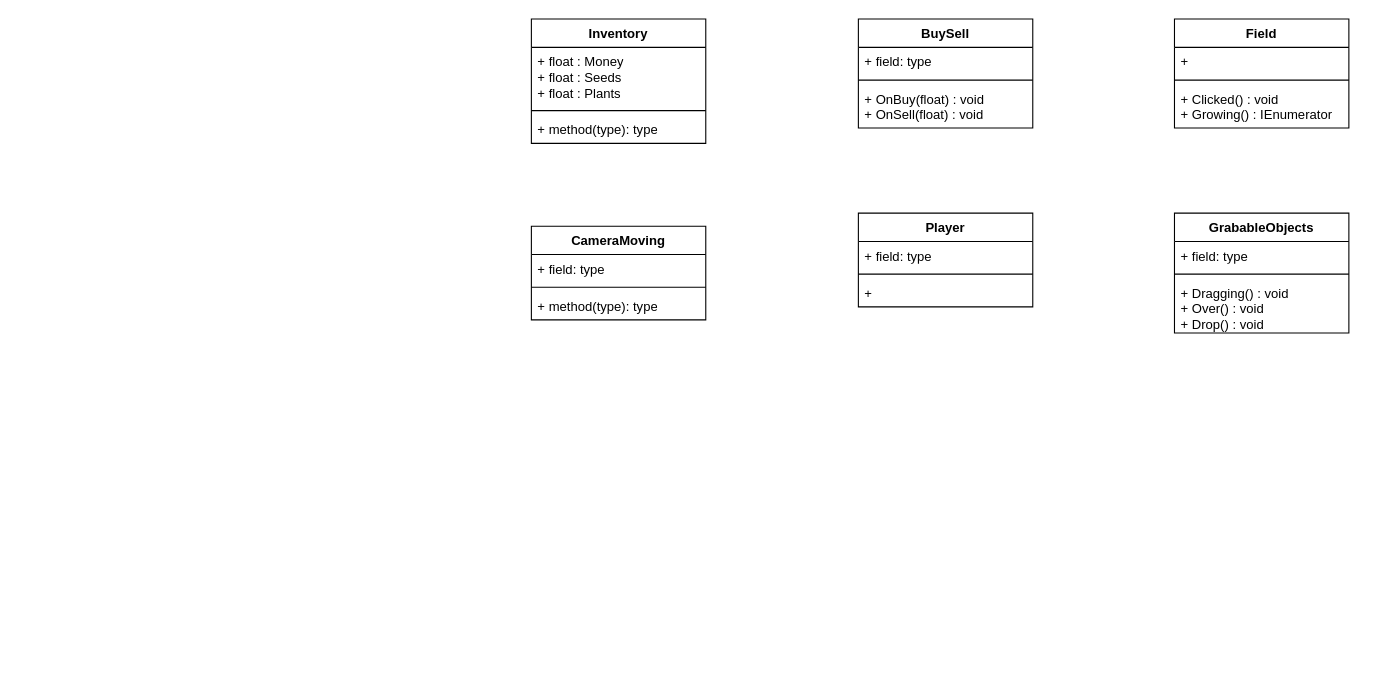
G4l3n/FamingWorkShop keeps this draw.io diagram as DriagrammeUMLWorkShopArgann.drawio. Above is the earlier version. Source tidied: cells renumbered, new cells numbered last; positions are measured from the earlier drawing's top-left corner, leaving out a move shared by most shapes. Both pictures are drawn from the tidied source at 109%, with x=0, y=0 at pixel (531, 19).
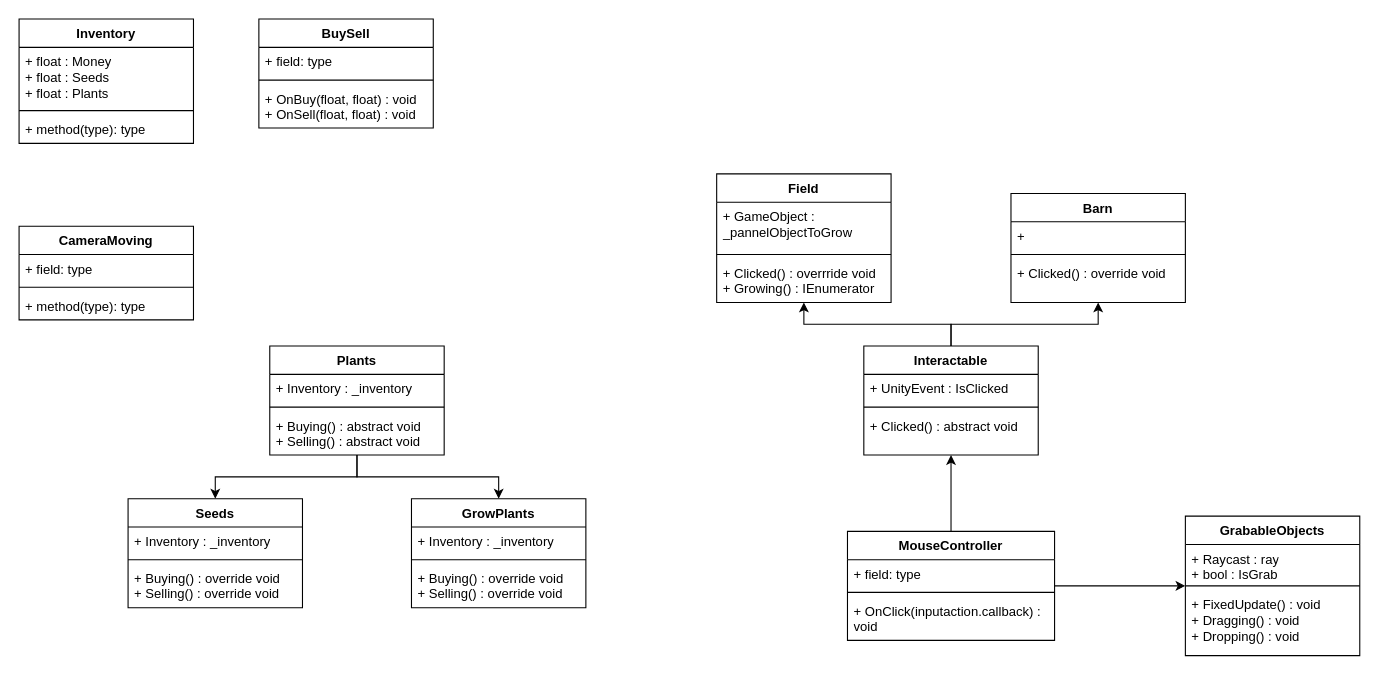
The same page after the edit.

Commit message:
Mettre à jour DriagrammeUMLWorkShopArgann.drawio

Diff of the diagram source:
```diff
@@
     <mxCell id="2" value="Inventory" style="swimlane;fontStyle=1;align=center;verticalAlign=top;horizontal=1;startSize=26;whiteSpace=wrap;html=1;" parent="1" vertex="1">
-      <mxGeometry width="160" height="114" as="geometry" />
+      <mxGeometry x="-470" width="160" height="114" as="geometry" />
     </mxCell>
@@
     <mxCell id="6" value="Field" style="swimlane;fontStyle=1;align=center;verticalAlign=top;horizontal=1;startSize=26;whiteSpace=wrap;html=1;" parent="1" vertex="1">
-      <mxGeometry x="590" width="160" height="100" as="geometry" />
+      <mxGeometry x="170" y="142" width="160" height="118" as="geometry" />
     </mxCell>
-    <mxCell id="7" value="+&amp;nbsp;" style="text;strokeColor=none;fillColor=none;align=left;verticalAlign=top;spacingLeft=4;spacingRight=4;overflow=hidden;whiteSpace=wrap;html=1;" parent="6" vertex="1">
-      <mxGeometry y="26" width="160" height="26" as="geometry" />
+    <mxCell id="7" value="+ GameObject : _pannelObjectToGrow" style="text;strokeColor=none;fillColor=none;align=left;verticalAlign=top;spacingLeft=4;spacingRight=4;overflow=hidden;whiteSpace=wrap;html=1;" parent="6" vertex="1">
+      <mxGeometry y="26" width="160" height="44" as="geometry" />
     </mxCell>
     <mxCell id="8" style="line;strokeWidth=1;fillColor=none;align=left;verticalAlign=middle;spacingTop=-1;spacingLeft=3;spacingRight=3;labelPosition=right;strokeColor=inherit;" parent="6" vertex="1">
-      <mxGeometry y="52" width="160" height="8" as="geometry" />
+      <mxGeometry y="70" width="160" height="8" as="geometry" />
     </mxCell>
-    <mxCell id="9" value="+ Clicked() : void&lt;div&gt;+ Growing() : IEnumerator&lt;/div&gt;" style="text;strokeColor=none;fillColor=none;align=left;verticalAlign=top;spacingLeft=4;spacingRight=4;overflow=hidden;whiteSpace=wrap;html=1;" parent="6" vertex="1">
-      <mxGeometry y="60" width="160" height="40" as="geometry" />
+    <mxCell id="9" value="+ Clicked() : overrride void&lt;div&gt;+ Growing() : IEnumerator&lt;/div&gt;" style="text;strokeColor=none;fillColor=none;align=left;verticalAlign=top;spacingLeft=4;spacingRight=4;overflow=hidden;whiteSpace=wrap;html=1;" parent="6" vertex="1">
+      <mxGeometry y="78" width="160" height="40" as="geometry" />
     </mxCell>
     <mxCell id="10" value="GrabableObjects" style="swimlane;fontStyle=1;align=center;verticalAlign=top;horizontal=1;startSize=26;whiteSpace=wrap;html=1;" parent="1" vertex="1">
-      <mxGeometry x="590" y="178" width="160" height="110" as="geometry" />
+      <mxGeometry x="600" y="456" width="160" height="128" as="geometry" />
     </mxCell>
-    <mxCell id="11" value="+ field: type" style="text;strokeColor=none;fillColor=none;align=left;verticalAlign=top;spacingLeft=4;spacingRight=4;overflow=hidden;whiteSpace=wrap;html=1;" parent="10" vertex="1">
-      <mxGeometry y="26" width="160" height="26" as="geometry" />
+    <mxCell id="11" value="+ Raycast : ray&lt;div&gt;+ bool : IsGrab&lt;/div&gt;" style="text;strokeColor=none;fillColor=none;align=left;verticalAlign=top;spacingLeft=4;spacingRight=4;overflow=hidden;whiteSpace=wrap;html=1;" parent="10" vertex="1">
+      <mxGeometry y="26" width="160" height="34" as="geometry" />
     </mxCell>
     <mxCell id="12" style="line;strokeWidth=1;fillColor=none;align=left;verticalAlign=middle;spacingTop=-1;spacingLeft=3;spacingRight=3;labelPosition=right;strokeColor=inherit;" parent="10" vertex="1">
-      <mxGeometry y="52" width="160" height="8" as="geometry" />
+      <mxGeometry y="60" width="160" height="8" as="geometry" />
     </mxCell>
-    <mxCell id="13" value="&lt;div&gt;+ Dragging() : void&lt;/div&gt;&lt;div&gt;+ Over() : void&lt;/div&gt;&lt;div&gt;+ Drop() : void&lt;/div&gt;" style="text;strokeColor=none;fillColor=none;align=left;verticalAlign=top;spacingLeft=4;spacingRight=4;overflow=hidden;whiteSpace=wrap;html=1;" parent="10" vertex="1">
-      <mxGeometry y="60" width="160" height="50" as="geometry" />
+    <mxCell id="13" value="&lt;div&gt;+ FixedUpdate() : void&lt;/div&gt;&lt;div&gt;+ Dragging() : void&lt;/div&gt;&lt;div&gt;+ Dropping() : void&lt;/div&gt;" style="text;strokeColor=none;fillColor=none;align=left;verticalAlign=top;spacingLeft=4;spacingRight=4;overflow=hidden;whiteSpace=wrap;html=1;" parent="10" vertex="1">
+      <mxGeometry y="68" width="160" height="60" as="geometry" />
     </mxCell>
     <mxCell id="14" value="CameraMoving" style="swimlane;fontStyle=1;align=center;verticalAlign=top;horizontal=1;startSize=26;whiteSpace=wrap;html=1;" parent="1" vertex="1">
-      <mxGeometry y="190" width="160" height="86" as="geometry" />
+      <mxGeometry x="-470" y="190" width="160" height="86" as="geometry" />
     </mxCell>
@@
     <mxCell id="18" value="BuySell" style="swimlane;fontStyle=1;align=center;verticalAlign=top;horizontal=1;startSize=26;whiteSpace=wrap;html=1;" parent="1" vertex="1">
-      <mxGeometry x="300" width="160" height="100" as="geometry" />
+      <mxGeometry x="-250" width="160" height="100" as="geometry" />
     </mxCell>
@@
-    <mxCell id="21" value="+ OnBuy(float) : void&lt;div&gt;+ OnSell(float) : void&lt;/div&gt;" style="text;strokeColor=none;fillColor=none;align=left;verticalAlign=top;spacingLeft=4;spacingRight=4;overflow=hidden;whiteSpace=wrap;html=1;" parent="18" vertex="1">
+    <mxCell id="21" value="+ OnBuy(float, float) : void&lt;div&gt;+ OnSell(float, float) : void&lt;/div&gt;" style="text;strokeColor=none;fillColor=none;align=left;verticalAlign=top;spacingLeft=4;spacingRight=4;overflow=hidden;whiteSpace=wrap;html=1;" parent="18" vertex="1">
       <mxGeometry y="60" width="160" height="40" as="geometry" />
     </mxCell>
+    <mxCell id="26" style="edgeStyle=orthogonalEdgeStyle;rounded=0;jettySize=auto;html=1;" parent="1" edge="1" source="22" target="10">
+      <mxGeometry relative="1" as="geometry" />
+    </mxCell>
+    <mxCell id="27" style="edgeStyle=orthogonalEdgeStyle;rounded=0;jettySize=auto;html=1;" parent="1" edge="1" source="22" target="30">
+      <mxGeometry relative="1" as="geometry" />
+    </mxCell>
-    <mxCell id="22" value="Player" style="swimlane;fontStyle=1;align=center;verticalAlign=top;horizontal=1;startSize=26;whiteSpace=wrap;html=1;" parent="1" vertex="1">
-      <mxGeometry x="300" y="178" width="160" height="86" as="geometry" />
+    <mxCell id="22" value="MouseController" style="swimlane;fontStyle=1;align=center;verticalAlign=top;horizontal=1;startSize=26;whiteSpace=wrap;html=1;" parent="1" vertex="1">
+      <mxGeometry x="290" y="470" width="190" height="100" as="geometry" />
     </mxCell>
     <mxCell id="23" value="+ field: type" style="text;strokeColor=none;fillColor=none;align=left;verticalAlign=top;spacingLeft=4;spacingRight=4;overflow=hidden;whiteSpace=wrap;html=1;" parent="22" vertex="1">
-      <mxGeometry y="26" width="160" height="26" as="geometry" />
+      <mxGeometry y="26" width="190" height="26" as="geometry" />
     </mxCell>
     <mxCell id="24" style="line;strokeWidth=1;fillColor=none;align=left;verticalAlign=middle;spacingTop=-1;spacingLeft=3;spacingRight=3;labelPosition=right;strokeColor=inherit;" parent="22" vertex="1">
-      <mxGeometry y="52" width="160" height="8" as="geometry" />
+      <mxGeometry y="52" width="190" height="8" as="geometry" />
     </mxCell>
-    <mxCell id="25" value="+&amp;nbsp;" style="text;strokeColor=none;fillColor=none;align=left;verticalAlign=top;spacingLeft=4;spacingRight=4;overflow=hidden;whiteSpace=wrap;html=1;" parent="22" vertex="1">
-      <mxGeometry y="60" width="160" height="26" as="geometry" />
+    <mxCell id="25" value="+ OnClick(inputaction.callback) : void&lt;div&gt;&lt;br&gt;&lt;/div&gt;" style="text;strokeColor=none;fillColor=none;align=left;verticalAlign=top;spacingLeft=4;spacingRight=4;overflow=hidden;whiteSpace=wrap;html=1;" parent="22" vertex="1">
+      <mxGeometry y="60" width="190" height="40" as="geometry" />
     </mxCell>
+    <mxCell id="28" style="edgeStyle=orthogonalEdgeStyle;rounded=0;jettySize=auto;html=1;" parent="1" edge="1" source="30" target="6">
+      <mxGeometry relative="1" as="geometry" />
+    </mxCell>
+    <mxCell id="29" style="edgeStyle=orthogonalEdgeStyle;rounded=0;jettySize=auto;html=1;" parent="1" edge="1" source="30" target="34">
+      <mxGeometry relative="1" as="geometry" />
+    </mxCell>
+    <mxCell id="30" value="Interactable" style="swimlane;fontStyle=1;align=center;verticalAlign=top;horizontal=1;startSize=26;whiteSpace=wrap;html=1;" parent="1" vertex="1">
+      <mxGeometry x="305" y="300" width="160" height="100" as="geometry" />
+    </mxCell>
+    <mxCell id="31" value="+ UnityEvent : IsClicked" style="text;strokeColor=none;fillColor=none;align=left;verticalAlign=top;spacingLeft=4;spacingRight=4;overflow=hidden;whiteSpace=wrap;html=1;" parent="30" vertex="1">
+      <mxGeometry y="26" width="160" height="26" as="geometry" />
+    </mxCell>
+    <mxCell id="32" style="line;strokeWidth=1;fillColor=none;align=left;verticalAlign=middle;spacingTop=-1;spacingLeft=3;spacingRight=3;labelPosition=right;strokeColor=inherit;" parent="30" vertex="1">
+      <mxGeometry y="52" width="160" height="8" as="geometry" />
+    </mxCell>
+    <mxCell id="33" value="+ Clicked() : abstract void" style="text;strokeColor=none;fillColor=none;align=left;verticalAlign=top;spacingLeft=4;spacingRight=4;overflow=hidden;whiteSpace=wrap;html=1;" parent="30" vertex="1">
+      <mxGeometry y="60" width="160" height="40" as="geometry" />
+    </mxCell>
+    <mxCell id="34" value="Barn" style="swimlane;fontStyle=1;align=center;verticalAlign=top;horizontal=1;startSize=26;whiteSpace=wrap;html=1;" parent="1" vertex="1">
+      <mxGeometry x="440" y="160" width="160" height="100" as="geometry" />
+    </mxCell>
+    <mxCell id="35" value="+&amp;nbsp;" style="text;strokeColor=none;fillColor=none;align=left;verticalAlign=top;spacingLeft=4;spacingRight=4;overflow=hidden;whiteSpace=wrap;html=1;" parent="34" vertex="1">
+      <mxGeometry y="26" width="160" height="26" as="geometry" />
+    </mxCell>
+    <mxCell id="36" style="line;strokeWidth=1;fillColor=none;align=left;verticalAlign=middle;spacingTop=-1;spacingLeft=3;spacingRight=3;labelPosition=right;strokeColor=inherit;" parent="34" vertex="1">
+      <mxGeometry y="52" width="160" height="8" as="geometry" />
+    </mxCell>
+    <mxCell id="37" value="+ Clicked() : override void" style="text;strokeColor=none;fillColor=none;align=left;verticalAlign=top;spacingLeft=4;spacingRight=4;overflow=hidden;whiteSpace=wrap;html=1;" parent="34" vertex="1">
+      <mxGeometry y="60" width="160" height="40" as="geometry" />
+    </mxCell>
+    <mxCell id="38" style="edgeStyle=orthogonalEdgeStyle;rounded=0;jettySize=auto;html=1;" parent="1" edge="1" source="40" target="48">
+      <mxGeometry relative="1" as="geometry" />
+    </mxCell>
+    <mxCell id="39" style="edgeStyle=orthogonalEdgeStyle;rounded=0;jettySize=auto;html=1;" parent="1" edge="1" source="40" target="44">
+      <mxGeometry relative="1" as="geometry" />
+    </mxCell>
+    <mxCell id="40" value="Plants" style="swimlane;fontStyle=1;align=center;verticalAlign=top;horizontal=1;startSize=26;whiteSpace=wrap;html=1;" parent="1" vertex="1">
+      <mxGeometry x="-240" y="300" width="160" height="100" as="geometry" />
+    </mxCell>
+    <mxCell id="41" value="+ Inventory : _inventory" style="text;strokeColor=none;fillColor=none;align=left;verticalAlign=top;spacingLeft=4;spacingRight=4;overflow=hidden;whiteSpace=wrap;html=1;" parent="40" vertex="1">
+      <mxGeometry y="26" width="160" height="26" as="geometry" />
+    </mxCell>
+    <mxCell id="42" style="line;strokeWidth=1;fillColor=none;align=left;verticalAlign=middle;spacingTop=-1;spacingLeft=3;spacingRight=3;labelPosition=right;strokeColor=inherit;" parent="40" vertex="1">
+      <mxGeometry y="52" width="160" height="8" as="geometry" />
+    </mxCell>
+    <mxCell id="43" value="+ Buying() : abstract void&lt;div&gt;+ Selling() : abstract void&lt;/div&gt;" style="text;strokeColor=none;fillColor=none;align=left;verticalAlign=top;spacingLeft=4;spacingRight=4;overflow=hidden;whiteSpace=wrap;html=1;" parent="40" vertex="1">
+      <mxGeometry y="60" width="160" height="40" as="geometry" />
+    </mxCell>
+    <mxCell id="44" value="Seeds" style="swimlane;fontStyle=1;align=center;verticalAlign=top;horizontal=1;startSize=26;whiteSpace=wrap;html=1;" parent="1" vertex="1">
+      <mxGeometry x="-370" y="440" width="160" height="100" as="geometry" />
+    </mxCell>
+    <mxCell id="45" value="+ Inventory : _inventory" style="text;strokeColor=none;fillColor=none;align=left;verticalAlign=top;spacingLeft=4;spacingRight=4;overflow=hidden;whiteSpace=wrap;html=1;" parent="44" vertex="1">
+      <mxGeometry y="26" width="160" height="26" as="geometry" />
+    </mxCell>
+    <mxCell id="46" style="line;strokeWidth=1;fillColor=none;align=left;verticalAlign=middle;spacingTop=-1;spacingLeft=3;spacingRight=3;labelPosition=right;strokeColor=inherit;" parent="44" vertex="1">
+      <mxGeometry y="52" width="160" height="8" as="geometry" />
+    </mxCell>
+    <mxCell id="47" value="+ Buying() : override void&lt;div&gt;+ Selling() : override void&lt;/div&gt;" style="text;strokeColor=none;fillColor=none;align=left;verticalAlign=top;spacingLeft=4;spacingRight=4;overflow=hidden;whiteSpace=wrap;html=1;" parent="44" vertex="1">
+      <mxGeometry y="60" width="160" height="40" as="geometry" />
+    </mxCell>
+    <mxCell id="48" value="GrowPlants" style="swimlane;fontStyle=1;align=center;verticalAlign=top;horizontal=1;startSize=26;whiteSpace=wrap;html=1;" parent="1" vertex="1">
+      <mxGeometry x="-110" y="440" width="160" height="100" as="geometry" />
+    </mxCell>
+    <mxCell id="49" value="+ Inventory : _inventory" style="text;strokeColor=none;fillColor=none;align=left;verticalAlign=top;spacingLeft=4;spacingRight=4;overflow=hidden;whiteSpace=wrap;html=1;" parent="48" vertex="1">
+      <mxGeometry y="26" width="160" height="26" as="geometry" />
+    </mxCell>
+    <mxCell id="50" style="line;strokeWidth=1;fillColor=none;align=left;verticalAlign=middle;spacingTop=-1;spacingLeft=3;spacingRight=3;labelPosition=right;strokeColor=inherit;" parent="48" vertex="1">
+      <mxGeometry y="52" width="160" height="8" as="geometry" />
+    </mxCell>
+    <mxCell id="51" value="+ Buying() : override void&lt;div&gt;+ Selling() : override void&lt;/div&gt;" style="text;strokeColor=none;fillColor=none;align=left;verticalAlign=top;spacingLeft=4;spacingRight=4;overflow=hidden;whiteSpace=wrap;html=1;" parent="48" vertex="1">
+      <mxGeometry y="60" width="160" height="40" as="geometry" />
+    </mxCell>
```
